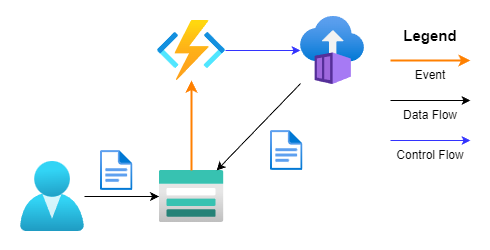
The draw.io diagram docs/architecture_overview.drawio.png in briglx/azure_container_app, before a commit. Source tidied: cells renumbered, new cells last; positions are measured from the earlier drawing's top-left corner, leaving out a move shared by most shapes.
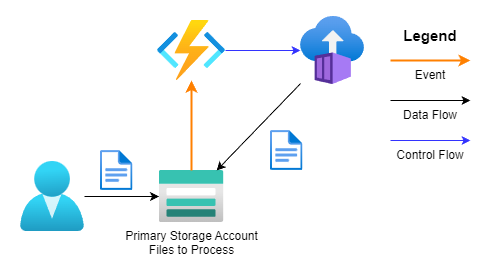
Above is the later version.

Diff of the diagram source:
```diff
@@ -5,7 +5,7 @@
     <mxCell id="2" style="rounded=0;whiteSpace=wrap;html=1;strokeColor=none;" parent="1" vertex="1">
       <mxGeometry width="490" height="250" as="geometry" />
     </mxCell>
-    <mxCell id="3" style="image;html=1;points=[];align=center;fontSize=12;image=img/lib/azure2/storage/Storage_Accounts.svg;" parent="1" vertex="1">
+    <mxCell id="3" value="Primary Storage Account&lt;div&gt;Files to Process&lt;/div&gt;" style="image;html=1;points=[];align=center;fontSize=12;image=img/lib/azure2/storage/Storage_Accounts.svg;" parent="1" vertex="1">
       <mxGeometry x="158.5" y="170" width="65" height="52" as="geometry" />
     </mxCell>
     <mxCell id="4" style="image;html=1;points=[];align=center;fontSize=12;image=img/lib/azure2/compute/Container_Instances.svg;" parent="1" vertex="1">
```
